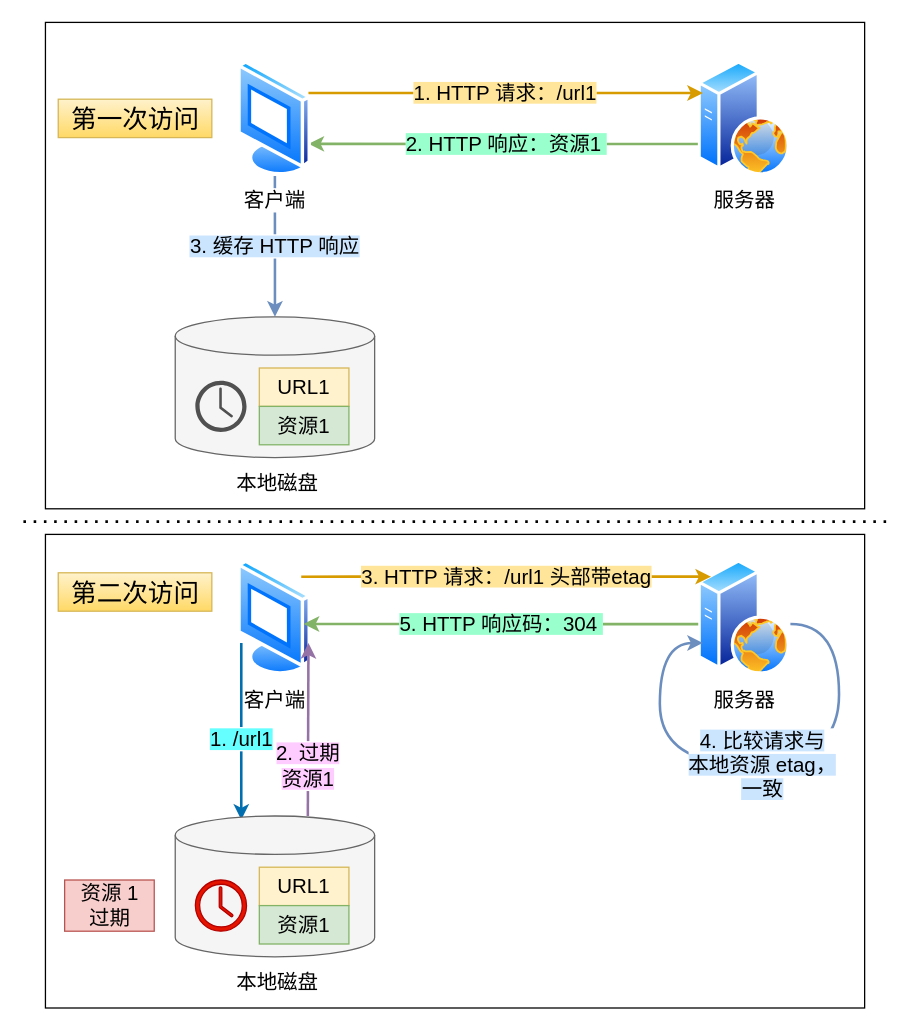
Above: 网络/http1.1优化/缓存etag.drawio in xiaolincoder/ImageHost4 (draw.io), before the change. Source tidied: cells renumbered, new cells numbered last; positions are measured from the earlier drawing's top-left corner, leaving out a move shared by most shapes. Both pictures are drawn from the tidied source at 128%, with x=0, y=0 at pixel (23, 22).
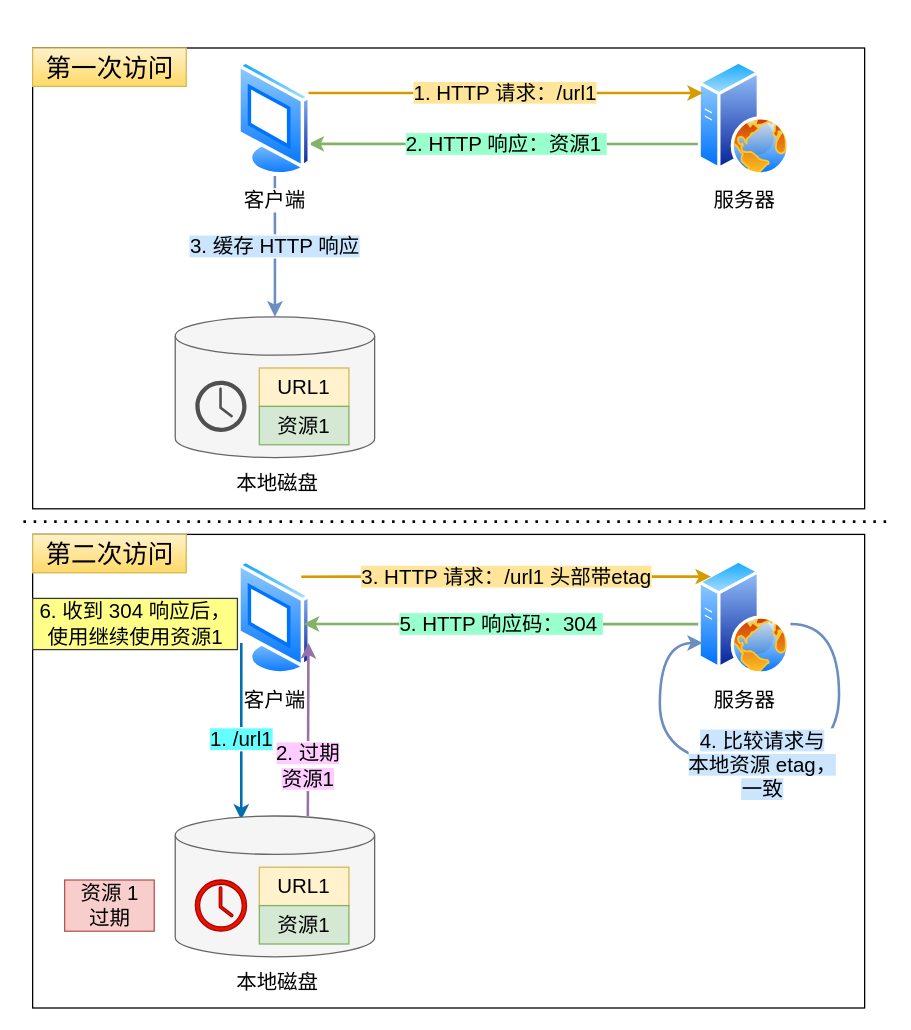
The same diagram, later.

What changed in the source:
```diff
@@
     <mxCell id="2" style="rounded=0;whiteSpace=wrap;html=1;labelBackgroundColor=none;fontSize=16;" parent="1" vertex="1">
-      <mxGeometry x="17" width="640" height="380" as="geometry" />
+      <mxGeometry x="7" y="20" width="650" height="360" as="geometry" />
     </mxCell>
-    <mxCell id="3" style="rounded=0;whiteSpace=wrap;html=1;labelBackgroundColor=none;fontSize=16;" parent="1" vertex="1">
-      <mxGeometry x="17" y="400" width="640" height="370" as="geometry" />
+    <mxCell id="3" style="rounded=0;whiteSpace=wrap;html=1;labelBackgroundColor=none;fontSize=15;" parent="1" vertex="1">
+      <mxGeometry x="7" y="400" width="650" height="370" as="geometry" />
     </mxCell>
@@
     <mxCell id="14" value="第一次访问" style="text;html=1;align=center;verticalAlign=middle;fontSize=20;fillColor=#fff2cc;strokeColor=#d6b656;gradientColor=#ffd966;" parent="1" vertex="1">
-      <mxGeometry x="27" y="60" width="120" height="30" as="geometry" />
+      <mxGeometry x="7" y="20" width="120" height="30" as="geometry" />
     </mxCell>
@@
     <mxCell id="25" value="第二次访问" style="text;html=1;align=center;verticalAlign=middle;fontSize=20;fillColor=#fff2cc;strokeColor=#d6b656;gradientColor=#ffd966;" parent="1" vertex="1">
-      <mxGeometry x="27" y="430" width="120" height="30" as="geometry" />
+      <mxGeometry x="7" y="400" width="120" height="30" as="geometry" />
     </mxCell>
@@
+    <mxCell id="30" value="6. 收到 304 响应后，&lt;br&gt;使用继续使用资源1" style="text;html=1;align=center;verticalAlign=middle;fontSize=16;fillColor=#ffff88;strokeColor=#36393d;" parent="1" vertex="1">
+      <mxGeometry x="7" y="450" width="160" height="40" as="geometry" />
+    </mxCell>
```
